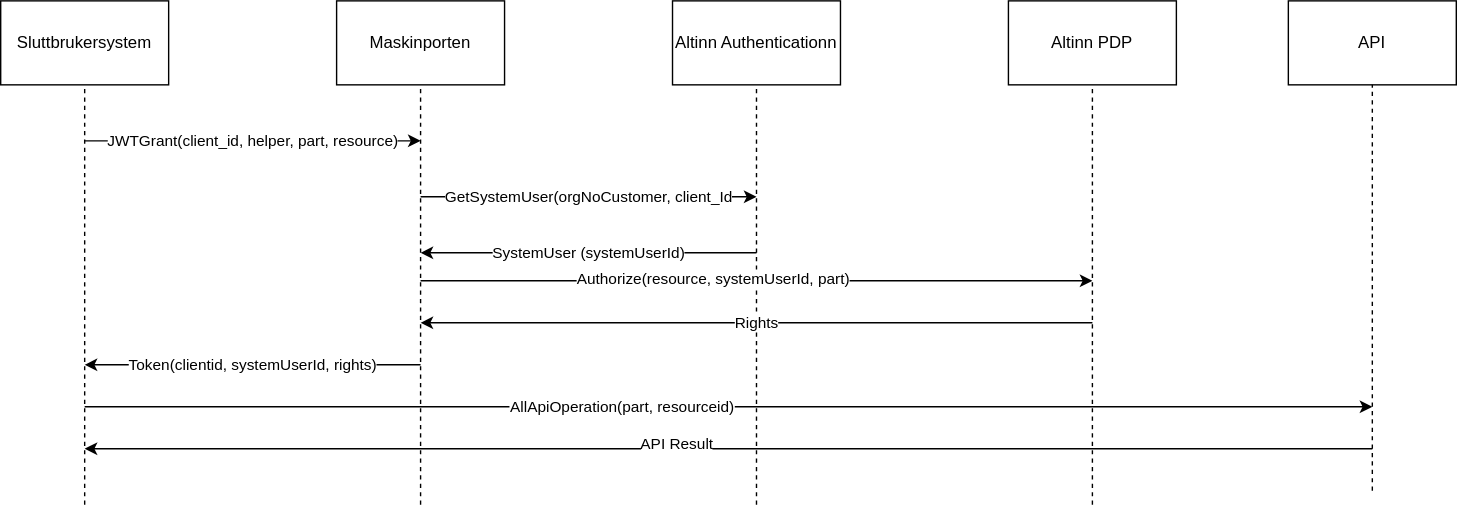
This is content/authentication/systemauthenticationflow2.drawio.svg from Altinn/altinn-studio-docs, a draw.io export, as it was before one commit. Source tidied: cells renumbered, new cells last; positions are measured from the earlier drawing's top-left corner, leaving out a move shared by most shapes.
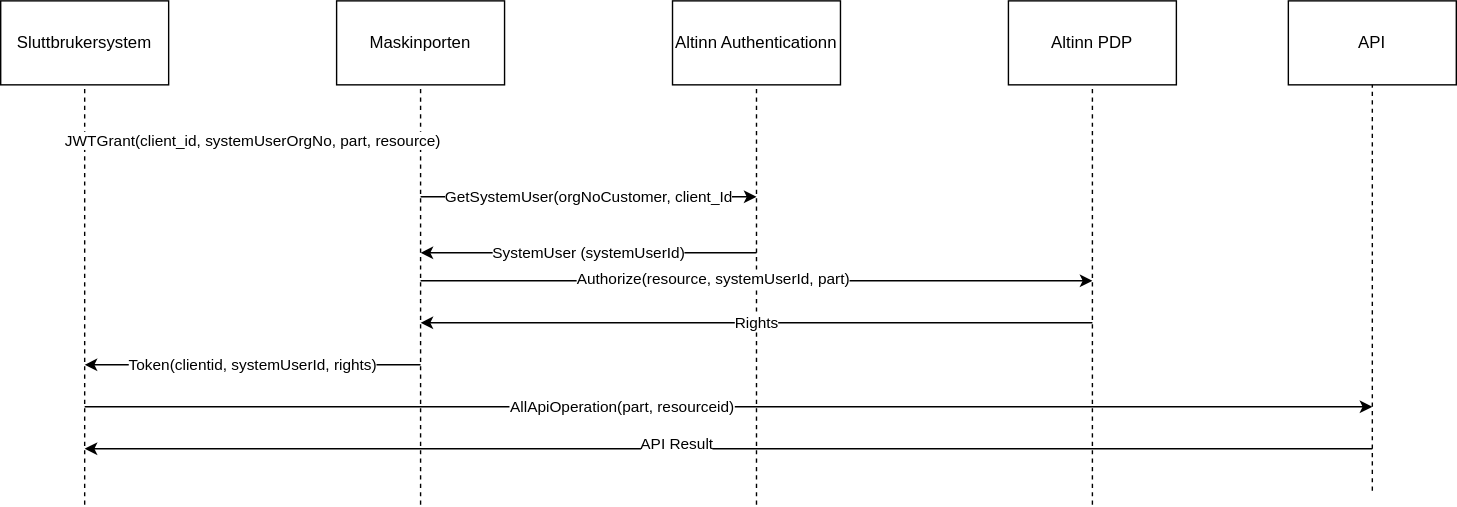
After the change.

What changed in the source:
```diff
@@ -78,7 +78,7 @@
     <mxCell id="18" value="API Result" style="edgeLabel;html=1;align=center;verticalAlign=middle;" parent="17" vertex="1">
       <mxGeometry x="0.08" y="-4" relative="1" as="geometry" />
     </mxCell>
-    <mxCell id="19" value="JWTGrant(client_id, helper, part, resource)" style="endArrow=classic;html=1;" parent="1" edge="1">
+    <mxCell id="19" value="JWTGrant(client_id, systemUserOrgNo, part, resource)" style="endArrow=classic;html=1;" parent="1" edge="1">
       <mxGeometry relative="1" as="geometry">
         <mxPoint x="60" y="100" as="sourcePoint" />
         <mxPoint x="300" y="100" as="targetPoint" />
```
